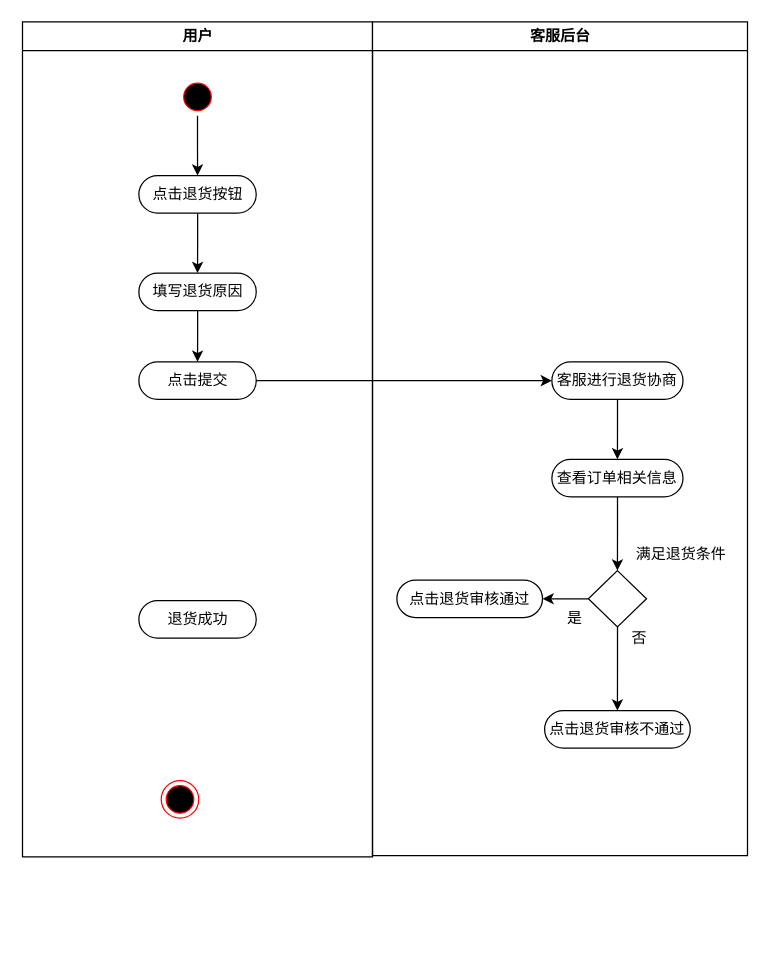
200928/image keeps this draw.io diagram as 退货协商活动图.drawio. Above is the earlier version. Source tidied: cells renumbered, new cells numbered last; positions are measured from the earlier drawing's top-left corner, leaving out a move shared by most shapes. Both pictures are drawn from the tidied source at 125%, with x=0, y=0 at pixel (21, 21).
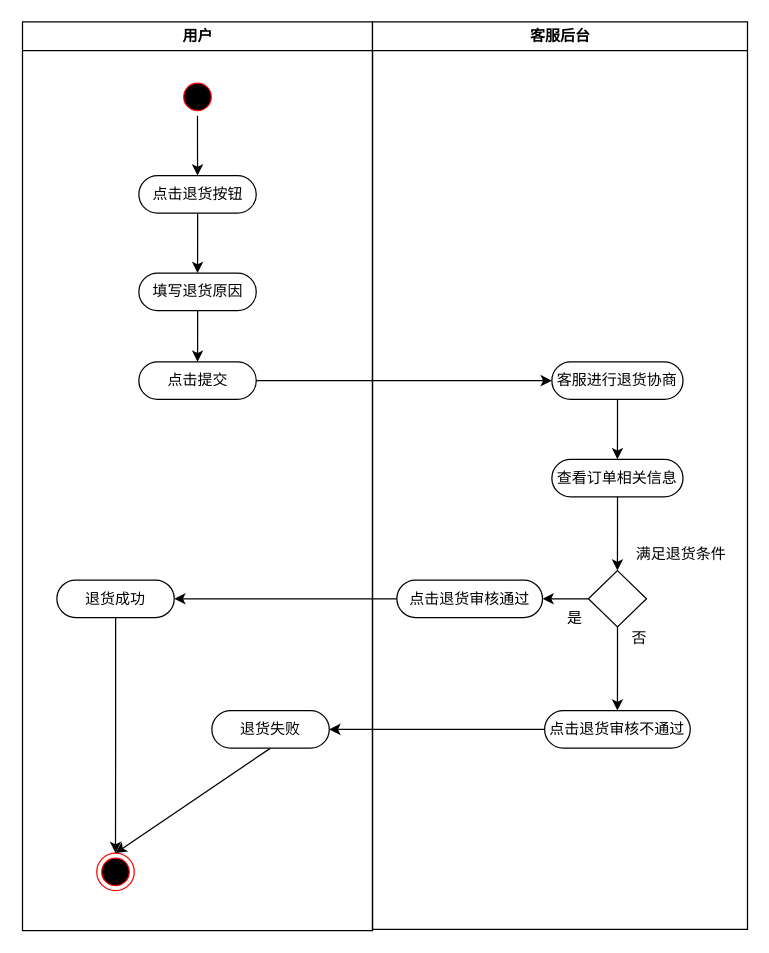
After the change.

Commit message (it also covers changes not shown here):
更新退货协商活动图.drawio

The change refers to these unchanged cells:
```xml
<mxCell id="21" value="点击退货审核通过" style="rounded=1;whiteSpace=wrap;html=1;arcSize=50;" parent="12" vertex="1">
  <mxGeometry x="19.5" y="446.5" width="116.5" height="30" as="geometry" />
</mxCell>
<mxCell id="22" value="点击退货审核不通过" style="rounded=1;whiteSpace=wrap;html=1;arcSize=50;" parent="12" vertex="1">
  <mxGeometry x="137.7" y="551" width="116.5" height="30" as="geometry" />
</mxCell>
```

The edit, as a diff of the source:
```diff
@@
     <mxCell id="2" value="用户" style="swimlane;whiteSpace=wrap;" parent="1" vertex="1">
-      <mxGeometry x="0.5" width="280" height="668" as="geometry" />
+      <mxGeometry x="0.5" width="280" height="727" as="geometry" />
     </mxCell>
@@
     <mxCell id="7" style="ellipse;html=1;shape=endState;fillColor=#000000;strokeColor=#ff0000;" parent="2" vertex="1">
-      <mxGeometry x="111" y="607" width="30" height="30" as="geometry" />
+      <mxGeometry x="59.4" y="665" width="30" height="30" as="geometry" />
     </mxCell>
@@
+    <mxCell id="26" style="edgeStyle=orthogonalEdgeStyle;rounded=0;jettySize=auto;html=1;entryX=0.5;entryY=0;entryDx=0;entryDy=0;" parent="2" edge="1" source="11" target="7">
+      <mxGeometry relative="1" as="geometry" />
+    </mxCell>
     <mxCell id="11" value="退货成功" style="rounded=1;whiteSpace=wrap;html=1;arcSize=50;" parent="2" vertex="1">
-      <mxGeometry x="93.1" y="463" width="93.9" height="30" as="geometry" />
+      <mxGeometry x="27.5" y="446.5" width="93.9" height="30" as="geometry" />
     </mxCell>
+    <mxCell id="27" style="rounded=0;jettySize=auto;html=1;entryX=0.5;entryY=0;entryDx=0;entryDy=0;exitX=0.5;exitY=1;exitDx=0;exitDy=0;" parent="2" edge="1" source="28" target="7">
+      <mxGeometry relative="1" as="geometry" />
+    </mxCell>
+    <mxCell id="28" value="退货失败" style="rounded=1;whiteSpace=wrap;html=1;arcSize=50;" parent="2" vertex="1">
+      <mxGeometry x="151.5" y="551" width="93.9" height="30" as="geometry" />
+    </mxCell>
     <mxCell id="12" value="客服后台" style="swimlane;whiteSpace=wrap;" parent="1" vertex="1">
-      <mxGeometry x="280.5" width="300" height="667" as="geometry" />
+      <mxGeometry x="280.5" width="300" height="726" as="geometry" />
     </mxCell>
@@
+    <mxCell id="29" style="edgeStyle=orthogonalEdgeStyle;rounded=0;jettySize=auto;html=1;entryX=1;entryY=0.5;entryDx=0;entryDy=0;" parent="1" edge="1" source="21" target="11">
+      <mxGeometry relative="1" as="geometry" />
+    </mxCell>
+    <mxCell id="30" style="edgeStyle=orthogonalEdgeStyle;rounded=0;jettySize=auto;html=1;entryX=1;entryY=0.5;entryDx=0;entryDy=0;" parent="1" edge="1" source="22" target="28">
+      <mxGeometry relative="1" as="geometry" />
+    </mxCell>
```
